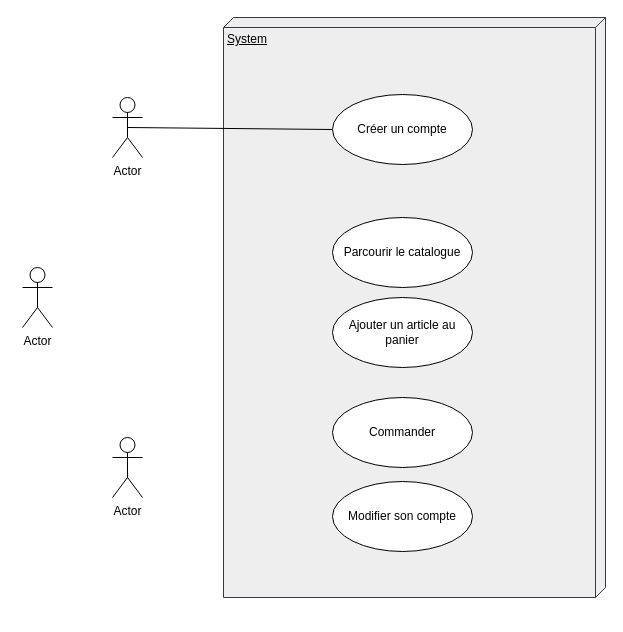
This is Diagramme de cas d'utilisation 1.drawio from vinsbld/OCP, a draw.io file, before an edit. Source tidied: cells renumbered, new cells numbered last; positions are measured from the earlier drawing's top-left corner, leaving out a move shared by most shapes. Both pictures are drawn from the tidied source at 100%, with x=0, y=0 at pixel (22, 17).
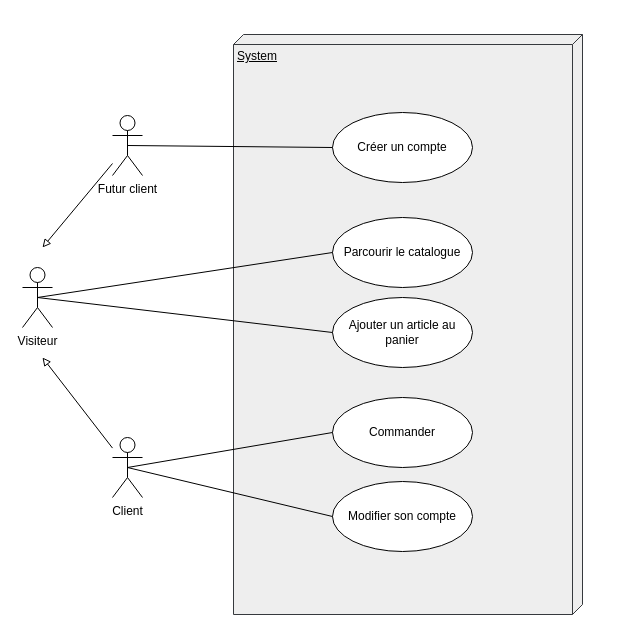
After the change.

Change to the diagram source:
```diff
@@
 <mxGraphModel>
   <root>
     <mxCell id="0" />
     <mxCell id="1" parent="0" />
     <mxCell id="2" value="System" style="verticalAlign=top;align=left;spacingTop=8;spacingLeft=2;spacingRight=12;shape=cube;size=10;direction=south;fontStyle=4;html=1;fillColor=#eeeeee;strokeColor=#36393d;" parent="1" vertex="1">
-      <mxGeometry x="201" width="382" height="580" as="geometry" />
+      <mxGeometry x="211" y="17" width="349" height="580" as="geometry" />
     </mxCell>
+    <mxCell id="12" style="rounded=0;jettySize=auto;html=1;endArrow=block;endFill=0;" parent="1" edge="1" source="3">
+      <mxGeometry relative="1" as="geometry">
+        <mxPoint x="20" y="230" as="targetPoint" />
+      </mxGeometry>
+    </mxCell>
-    <mxCell id="3" value="Actor" style="shape=umlActor;verticalLabelPosition=bottom;labelBackgroundColor=#ffffff;verticalAlign=top;html=1;" parent="1" vertex="1">
-      <mxGeometry x="90" y="80" width="30" height="60" as="geometry" />
+    <mxCell id="3" value="Futur client" style="shape=umlActor;verticalLabelPosition=bottom;labelBackgroundColor=#ffffff;verticalAlign=top;html=1;" parent="1" vertex="1">
+      <mxGeometry x="90" y="98" width="30" height="60" as="geometry" />
     </mxCell>
-    <mxCell id="4" value="Actor" style="shape=umlActor;verticalLabelPosition=bottom;labelBackgroundColor=#ffffff;verticalAlign=top;html=1;" parent="1" vertex="1">
+    <mxCell id="4" value="Visiteur" style="shape=umlActor;verticalLabelPosition=bottom;labelBackgroundColor=#ffffff;verticalAlign=top;html=1;" parent="1" vertex="1">
       <mxGeometry y="250" width="30" height="60" as="geometry" />
     </mxCell>
+    <mxCell id="13" style="edgeStyle=none;rounded=0;jettySize=auto;html=1;endArrow=block;endFill=0;" parent="1" edge="1" source="5">
+      <mxGeometry relative="1" as="geometry">
+        <mxPoint x="20" y="340" as="targetPoint" />
+      </mxGeometry>
+    </mxCell>
-    <mxCell id="5" value="Actor" style="shape=umlActor;verticalLabelPosition=bottom;labelBackgroundColor=#ffffff;verticalAlign=top;html=1;" parent="1" vertex="1">
+    <mxCell id="5" value="Client" style="shape=umlActor;verticalLabelPosition=bottom;labelBackgroundColor=#ffffff;verticalAlign=top;html=1;" parent="1" vertex="1">
       <mxGeometry x="90" y="420" width="30" height="60" as="geometry" />
     </mxCell>
     <mxCell id="6" value="Créer un compte" style="ellipse;whiteSpace=wrap;html=1;" parent="1" vertex="1">
-      <mxGeometry x="310" y="77" width="140" height="70" as="geometry" />
+      <mxGeometry x="310" y="95" width="140" height="70" as="geometry" />
     </mxCell>
     <mxCell id="7" value="Parcourir le catalogue" style="ellipse;whiteSpace=wrap;html=1;" parent="1" vertex="1">
       <mxGeometry x="310" y="200" width="140" height="70" as="geometry" />
     </mxCell>
     <mxCell id="8" value="Ajouter un article au panier" style="ellipse;whiteSpace=wrap;html=1;" parent="1" vertex="1">
       <mxGeometry x="310" y="280" width="140" height="70" as="geometry" />
     </mxCell>
     <mxCell id="9" value="Commander" style="ellipse;whiteSpace=wrap;html=1;" parent="1" vertex="1">
       <mxGeometry x="310" y="380" width="140" height="70" as="geometry" />
     </mxCell>
     <mxCell id="10" value="Modifier son compte" style="ellipse;whiteSpace=wrap;html=1;" parent="1" vertex="1">
       <mxGeometry x="310" y="464" width="140" height="70" as="geometry" />
     </mxCell>
     <mxCell id="11" style="endArrow=none;html=1;entryX=0;entryY=0.5;entryDx=0;entryDy=0;exitX=0.5;exitY=0.5;exitDx=0;exitDy=0;exitPerimeter=0;" parent="1" edge="1" source="3" target="6">
       <mxGeometry relative="1" as="geometry" />
     </mxCell>
+    <mxCell id="14" style="endArrow=none;html=1;entryX=0;entryY=0.5;entryDx=0;entryDy=0;exitX=0.5;exitY=0.5;exitDx=0;exitDy=0;exitPerimeter=0;" parent="1" edge="1" source="4" target="7">
+      <mxGeometry relative="1" as="geometry" />
+    </mxCell>
+    <mxCell id="15" style="endArrow=none;html=1;entryX=0;entryY=0.5;entryDx=0;entryDy=0;exitX=0.5;exitY=0.5;exitDx=0;exitDy=0;exitPerimeter=0;" parent="1" edge="1" source="4" target="8">
+      <mxGeometry relative="1" as="geometry" />
+    </mxCell>
+    <mxCell id="16" style="endArrow=none;html=1;entryX=0;entryY=0.5;entryDx=0;entryDy=0;exitX=0.5;exitY=0.5;exitDx=0;exitDy=0;exitPerimeter=0;" parent="1" edge="1" source="5" target="9">
+      <mxGeometry relative="1" as="geometry" />
+    </mxCell>
+    <mxCell id="17" style="endArrow=none;html=1;entryX=0;entryY=0.5;entryDx=0;entryDy=0;exitX=0.5;exitY=0.5;exitDx=0;exitDy=0;exitPerimeter=0;" parent="1" edge="1" source="5" target="10">
+      <mxGeometry relative="1" as="geometry" />
+    </mxCell>
   </root>
 </mxGraphModel>
```
